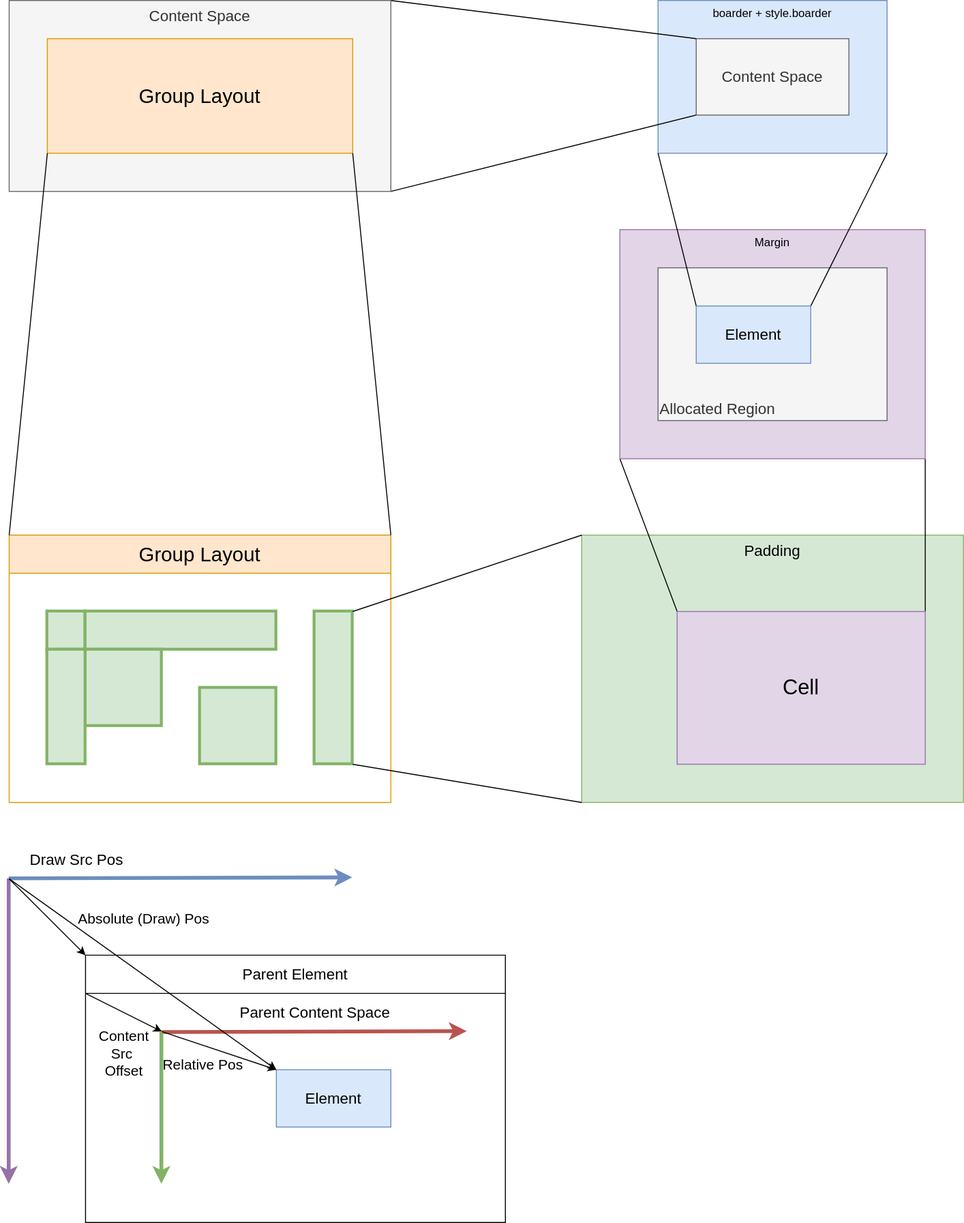
Before: properties/showcase/layout_spec.drawio.svg, a diagram exported from draw.io (Yuria-Shikibe/xrgui). Source tidied: cells renumbered, new cells last; positions are measured from the earlier drawing's top-left corner, leaving out a move shared by most shapes.
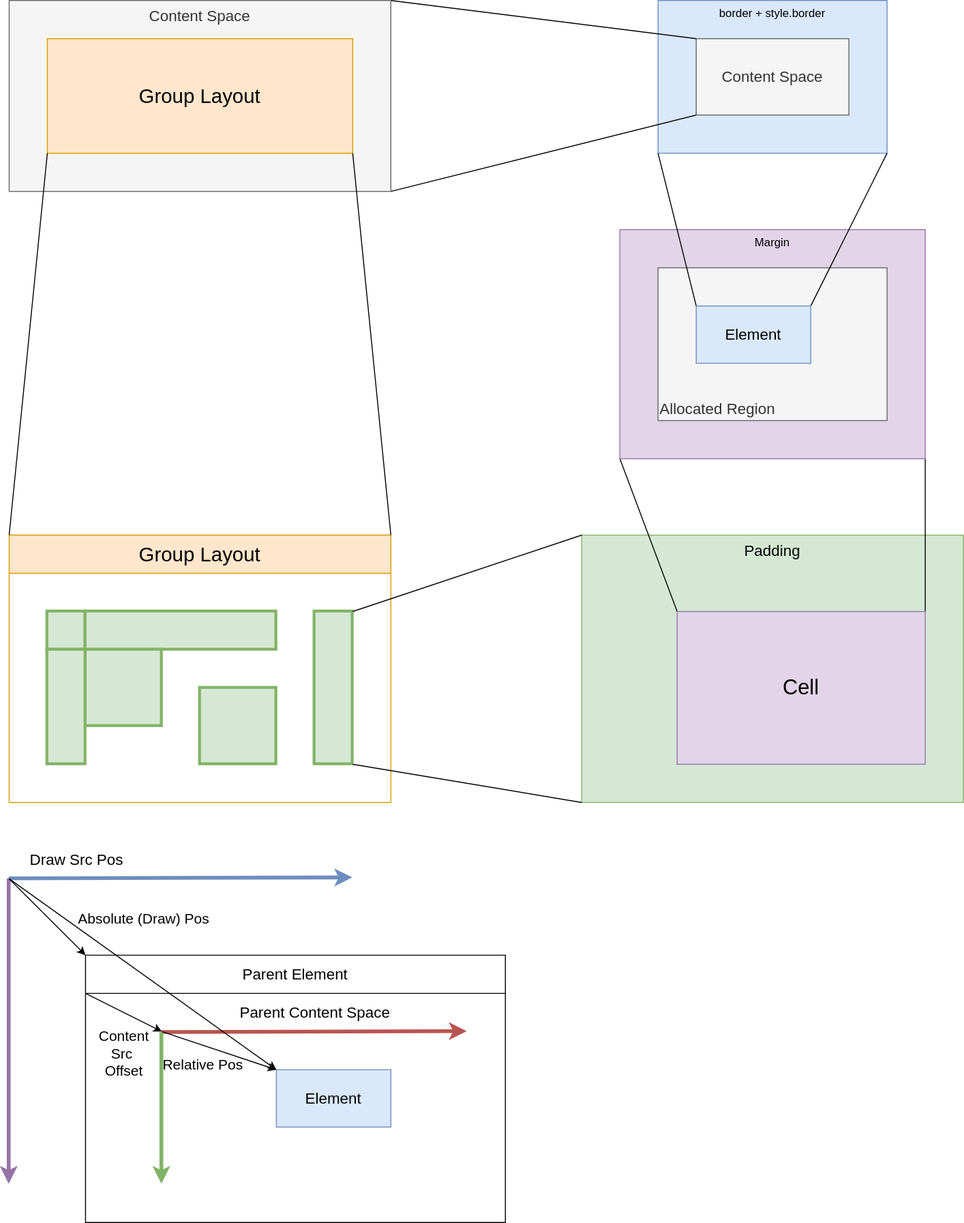
The same file after the commit.

The edit, as a diff of the source:
```diff
@@ -17,7 +17,7 @@
     <mxCell id="6" style="group;arcSize=20;" parent="1" vertex="1">
       <mxGeometry x="680" width="240" height="160" as="geometry" />
     </mxCell>
-    <mxCell id="7" value="boarder + style.boarder" style="rounded=0;whiteSpace=wrap;html=1;align=center;verticalAlign=top;fillColor=#dae8fc;strokeColor=#6c8ebf;arcSize=20;" parent="6" vertex="1">
+    <mxCell id="7" value="border + style.border" style="rounded=0;whiteSpace=wrap;html=1;align=center;verticalAlign=top;fillColor=#dae8fc;strokeColor=#6c8ebf;arcSize=20;" parent="6" vertex="1">
       <mxGeometry width="240" height="160" as="geometry" />
     </mxCell>
     <mxCell id="8" value="&lt;span style=&quot;font-size: 16px;&quot;&gt;Content Space&lt;/span&gt;" style="rounded=0;whiteSpace=wrap;html=1;fillColor=#f5f5f5;fontColor=#333333;strokeColor=#666666;arcSize=20;" parent="6" vertex="1">
```
